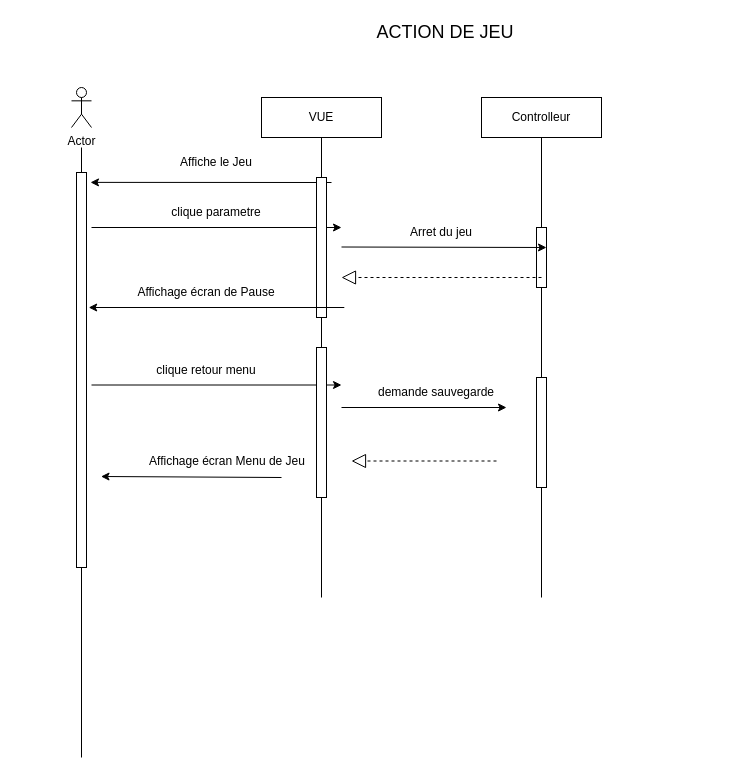
This is page "Page-3" (3 of 3) of DiagrammeSequence.drawio from BMaurice56/Tamagotchi, a draw.io file, before an edit. Source tidied: cells renumbered, new cells numbered last; positions are measured from the earlier drawing's top-left corner, leaving out a move shared by most shapes. Both pictures are drawn from the tidied source at 100%, with x=0, y=0 at pixel (71, 17).
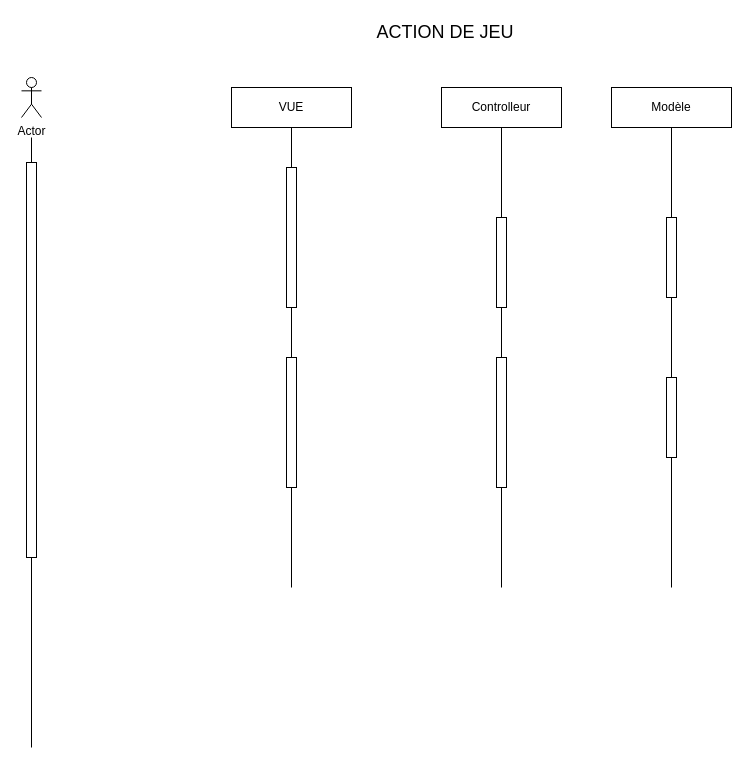
The same page after the edit.

Diff of the diagram source:
```diff
@@
+    <mxCell id="24" value="ACTION DE JEU" style="text;html=1;strokeColor=none;fillColor=none;align=center;verticalAlign=middle;whiteSpace=wrap;rounded=0;fontSize=18;" parent="1" vertex="1">
+      <mxGeometry x="299" width="150" height="30" as="geometry" />
+    </mxCell>
     <mxCell id="2" value="Actor" style="shape=umlActor;verticalLabelPosition=bottom;verticalAlign=top;html=1;" parent="1" vertex="1">
-      <mxGeometry y="70" width="20" height="40" as="geometry" />
+      <mxGeometry x="-50" y="60" width="20" height="40" as="geometry" />
     </mxCell>
-    <mxCell id="3" style="endArrow=none;html=1;rounded=0;" parent="1" edge="1">
-      <mxGeometry relative="1" as="geometry">
-        <mxPoint x="10" y="740" as="sourcePoint" />
-        <mxPoint x="10" y="130" as="targetPoint" />
-      </mxGeometry>
-    </mxCell>
-    <mxCell id="4" style="endArrow=none;html=1;rounded=0;" parent="1" edge="1" source="11">
-      <mxGeometry relative="1" as="geometry">
-        <mxPoint x="250" y="120" as="targetPoint" />
-      </mxGeometry>
-    </mxCell>
+    <mxCell id="36" style="endArrow=none;html=1;rounded=0;" parent="1" edge="1">
+      <mxGeometry relative="1" as="geometry">
+        <mxPoint x="-40" y="730" as="sourcePoint" />
+        <mxPoint x="-40" y="120" as="targetPoint" />
+      </mxGeometry>
+    </mxCell>
+    <mxCell id="37" style="endArrow=none;html=1;rounded=0;" parent="1" edge="1" source="39">
+      <mxGeometry relative="1" as="geometry">
+        <mxPoint x="220" y="110" as="targetPoint" />
+      </mxGeometry>
+    </mxCell>
     <mxCell id="5" value="VUE" style="rounded=0;whiteSpace=wrap;html=1;" parent="1" vertex="1">
-      <mxGeometry x="190" y="80" width="120" height="40" as="geometry" />
+      <mxGeometry x="160" y="70" width="120" height="40" as="geometry" />
     </mxCell>
-    <mxCell id="6" style="endArrow=classic;html=1;rounded=0;" parent="1" edge="1">
-      <mxGeometry relative="1" as="geometry">
-        <mxPoint x="20" y="210" as="sourcePoint" />
-        <mxPoint x="270" y="210" as="targetPoint" />
-      </mxGeometry>
-    </mxCell>
-    <mxCell id="7" style="endArrow=classic;html=1;rounded=0;entryX=1.4;entryY=0.025;entryDx=0;entryDy=0;entryPerimeter=0;" parent="1" edge="1" target="13">
-      <mxGeometry relative="1" as="geometry">
-        <mxPoint x="260" y="165" as="sourcePoint" />
-      </mxGeometry>
-    </mxCell>
-    <mxCell id="8" value="Affiche le Jeu" style="text;html=1;strokeColor=none;fillColor=none;align=center;verticalAlign=middle;whiteSpace=wrap;rounded=0;" parent="1" vertex="1">
-      <mxGeometry x="70" y="130" width="150" height="30" as="geometry" />
-    </mxCell>
-    <mxCell id="9" value="clique parametre" style="text;html=1;strokeColor=none;fillColor=none;align=center;verticalAlign=middle;whiteSpace=wrap;rounded=0;" parent="1" vertex="1">
-      <mxGeometry x="70" y="180" width="150" height="30" as="geometry" />
-    </mxCell>
-    <mxCell id="10" style="endArrow=none;html=1;rounded=0;" parent="1" edge="1" source="28" target="11">
-      <mxGeometry relative="1" as="geometry" />
-    </mxCell>
-    <mxCell id="11" style="rounded=0;whiteSpace=wrap;html=1;" parent="1" vertex="1">
-      <mxGeometry x="245" y="160" width="10" height="140" as="geometry" />
-    </mxCell>
-    <mxCell id="12" style="endArrow=classic;html=1;rounded=0;" parent="1" edge="1" target="13">
-      <mxGeometry relative="1" as="geometry">
-        <mxPoint x="10" y="219.5" as="sourcePoint" />
-      </mxGeometry>
-    </mxCell>
-    <mxCell id="13" style="rounded=0;whiteSpace=wrap;html=1;" parent="1" vertex="1">
-      <mxGeometry x="5" y="155" width="10" height="395" as="geometry" />
-    </mxCell>
-    <mxCell id="14" style="endArrow=none;html=1;rounded=0;" parent="1" edge="1" source="16">
-      <mxGeometry relative="1" as="geometry">
-        <mxPoint x="470" y="120" as="targetPoint" />
-      </mxGeometry>
-    </mxCell>
-    <mxCell id="15" style="endArrow=none;html=1;rounded=0;" parent="1" edge="1" source="30" target="16">
-      <mxGeometry relative="1" as="geometry" />
-    </mxCell>
-    <mxCell id="16" style="rounded=0;whiteSpace=wrap;html=1;" parent="1" vertex="1">
-      <mxGeometry x="465" y="210" width="10" height="60" as="geometry" />
-    </mxCell>
-    <mxCell id="17" style="edgeStyle=orthogonalEdgeStyle;rounded=0;orthogonalLoop=1;jettySize=auto;html=1;exitX=0.5;exitY=1;exitDx=0;exitDy=0;" parent="1" edge="1" source="11" target="11">
-      <mxGeometry relative="1" as="geometry" />
-    </mxCell>
-    <mxCell id="18" style="endArrow=classic;html=1;rounded=0;" parent="1" edge="1">
-      <mxGeometry relative="1" as="geometry">
-        <mxPoint x="270" y="229.5" as="sourcePoint" />
-        <mxPoint x="475" y="230" as="targetPoint" />
-      </mxGeometry>
-    </mxCell>
-    <mxCell id="19" value="Arret du jeu" style="text;html=1;strokeColor=none;fillColor=none;align=center;verticalAlign=middle;whiteSpace=wrap;rounded=0;" parent="1" vertex="1">
-      <mxGeometry x="295" y="200" width="150" height="30" as="geometry" />
-    </mxCell>
-    <mxCell id="20" style="endArrow=block;dashed=1;endFill=0;endSize=12;html=1;rounded=0;" parent="1" edge="1">
-      <mxGeometry relative="1" as="geometry">
-        <mxPoint x="470" y="260" as="sourcePoint" />
-        <mxPoint x="270" y="260" as="targetPoint" />
-      </mxGeometry>
-    </mxCell>
-    <mxCell id="21" value="Affichage écran de Pause" style="text;html=1;strokeColor=none;fillColor=none;align=center;verticalAlign=middle;whiteSpace=wrap;rounded=0;" parent="1" vertex="1">
-      <mxGeometry x="60" y="260" width="150" height="30" as="geometry" />
-    </mxCell>
-    <mxCell id="22" style="endArrow=classic;html=1;rounded=0;" parent="1" edge="1">
-      <mxGeometry relative="1" as="geometry">
-        <mxPoint x="272.8" y="290" as="sourcePoint" />
-        <mxPoint x="17.2" y="290" as="targetPoint" />
-      </mxGeometry>
-    </mxCell>
+    <mxCell id="38" style="endArrow=none;html=1;rounded=0;" parent="1" edge="1" source="47" target="39">
+      <mxGeometry relative="1" as="geometry" />
+    </mxCell>
+    <mxCell id="39" style="rounded=0;whiteSpace=wrap;html=1;" parent="1" vertex="1">
+      <mxGeometry x="215" y="150" width="10" height="140" as="geometry" />
+    </mxCell>
+    <mxCell id="40" style="endArrow=classic;html=1;rounded=0;" parent="1" edge="1" target="41">
+      <mxGeometry relative="1" as="geometry">
+        <mxPoint x="-40" y="209.5" as="sourcePoint" />
+      </mxGeometry>
+    </mxCell>
+    <mxCell id="41" style="rounded=0;whiteSpace=wrap;html=1;" parent="1" vertex="1">
+      <mxGeometry x="-45" y="145" width="10" height="395" as="geometry" />
+    </mxCell>
+    <mxCell id="42" style="endArrow=none;html=1;rounded=0;" parent="1" edge="1" source="44">
+      <mxGeometry relative="1" as="geometry">
+        <mxPoint x="430" y="110" as="targetPoint" />
+      </mxGeometry>
+    </mxCell>
+    <mxCell id="43" style="endArrow=none;html=1;rounded=0;" parent="1" edge="1" source="49" target="44">
+      <mxGeometry relative="1" as="geometry" />
+    </mxCell>
+    <mxCell id="44" style="rounded=0;whiteSpace=wrap;html=1;" parent="1" vertex="1">
+      <mxGeometry x="425" y="200" width="10" height="90" as="geometry" />
+    </mxCell>
+    <mxCell id="45" style="edgeStyle=orthogonalEdgeStyle;rounded=0;orthogonalLoop=1;jettySize=auto;html=1;exitX=0.5;exitY=1;exitDx=0;exitDy=0;" parent="1" edge="1" source="39" target="39">
+      <mxGeometry relative="1" as="geometry" />
+    </mxCell>
     <mxCell id="23" value="Controlleur" style="rounded=0;whiteSpace=wrap;html=1;" parent="1" vertex="1">
-      <mxGeometry x="410" y="80" width="120" height="40" as="geometry" />
+      <mxGeometry x="370" y="70" width="120" height="40" as="geometry" />
     </mxCell>
-    <mxCell id="24" value="ACTION DE JEU" style="text;html=1;strokeColor=none;fillColor=none;align=center;verticalAlign=middle;whiteSpace=wrap;rounded=0;fontSize=18;" parent="1" vertex="1">
-      <mxGeometry x="299" width="150" height="30" as="geometry" />
-    </mxCell>
-    <mxCell id="25" style="endArrow=classic;html=1;rounded=0;" parent="1" edge="1">
-      <mxGeometry relative="1" as="geometry">
-        <mxPoint x="20" y="367.5" as="sourcePoint" />
-        <mxPoint x="270" y="367.5" as="targetPoint" />
-      </mxGeometry>
-    </mxCell>
-    <mxCell id="26" value="clique retour menu" style="text;html=1;strokeColor=none;fillColor=none;align=center;verticalAlign=middle;whiteSpace=wrap;rounded=0;" parent="1" vertex="1">
-      <mxGeometry x="60" y="337.5" width="150" height="30" as="geometry" />
-    </mxCell>
-    <mxCell id="27" style="endArrow=none;html=1;rounded=0;" parent="1" edge="1" target="28">
-      <mxGeometry relative="1" as="geometry">
-        <mxPoint x="250" y="580" as="sourcePoint" />
-      </mxGeometry>
-    </mxCell>
-    <mxCell id="28" style="rounded=0;whiteSpace=wrap;html=1;" parent="1" vertex="1">
-      <mxGeometry x="245" y="330" width="10" height="150" as="geometry" />
-    </mxCell>
-    <mxCell id="29" style="endArrow=none;html=1;rounded=0;" parent="1" edge="1" target="30">
-      <mxGeometry relative="1" as="geometry">
-        <mxPoint x="470" y="580" as="sourcePoint" />
-      </mxGeometry>
-    </mxCell>
-    <mxCell id="30" style="rounded=0;whiteSpace=wrap;html=1;" parent="1" vertex="1">
-      <mxGeometry x="465" y="360" width="10" height="110" as="geometry" />
-    </mxCell>
-    <mxCell id="31" style="endArrow=classic;html=1;rounded=0;" parent="1" edge="1">
-      <mxGeometry relative="1" as="geometry">
-        <mxPoint x="270" y="390" as="sourcePoint" />
-        <mxPoint x="435" y="390" as="targetPoint" />
-      </mxGeometry>
-    </mxCell>
-    <mxCell id="32" value="demande sauvegarde" style="text;html=1;strokeColor=none;fillColor=none;align=center;verticalAlign=middle;whiteSpace=wrap;rounded=0;" parent="1" vertex="1">
-      <mxGeometry x="290" y="360" width="150" height="30" as="geometry" />
-    </mxCell>
-    <mxCell id="33" style="endArrow=block;dashed=1;endFill=0;endSize=12;html=1;rounded=0;" parent="1" edge="1">
-      <mxGeometry relative="1" as="geometry">
-        <mxPoint x="425" y="443.5" as="sourcePoint" />
-        <mxPoint x="280" y="443.5" as="targetPoint" />
-      </mxGeometry>
-    </mxCell>
-    <mxCell id="34" value="Affichage écran Menu de Jeu" style="text;html=1;strokeColor=none;fillColor=none;align=center;verticalAlign=middle;whiteSpace=wrap;rounded=0;" parent="1" vertex="1">
-      <mxGeometry x="72.2" y="429" width="167.8" height="30" as="geometry" />
-    </mxCell>
-    <mxCell id="35" style="endArrow=classic;html=1;rounded=0;" parent="1" edge="1">
-      <mxGeometry relative="1" as="geometry">
-        <mxPoint x="210" y="460" as="sourcePoint" />
-        <mxPoint x="29.5" y="459" as="targetPoint" />
-      </mxGeometry>
-    </mxCell>
+    <mxCell id="46" style="endArrow=none;html=1;rounded=0;" parent="1" edge="1" target="47">
+      <mxGeometry relative="1" as="geometry">
+        <mxPoint x="220" y="570" as="sourcePoint" />
+      </mxGeometry>
+    </mxCell>
+    <mxCell id="47" style="rounded=0;whiteSpace=wrap;html=1;" parent="1" vertex="1">
+      <mxGeometry x="215" y="340" width="10" height="130" as="geometry" />
+    </mxCell>
+    <mxCell id="48" style="endArrow=none;html=1;rounded=0;" parent="1" edge="1" target="49">
+      <mxGeometry relative="1" as="geometry">
+        <mxPoint x="430" y="570" as="sourcePoint" />
+      </mxGeometry>
+    </mxCell>
+    <mxCell id="49" style="rounded=0;whiteSpace=wrap;html=1;" parent="1" vertex="1">
+      <mxGeometry x="425" y="340" width="10" height="130" as="geometry" />
+    </mxCell>
+    <mxCell id="50" style="endArrow=none;html=1;rounded=0;" parent="1" edge="1" source="52">
+      <mxGeometry relative="1" as="geometry">
+        <mxPoint x="600" y="110" as="targetPoint" />
+      </mxGeometry>
+    </mxCell>
+    <mxCell id="51" style="endArrow=none;html=1;rounded=0;" parent="1" edge="1" source="55" target="52">
+      <mxGeometry relative="1" as="geometry" />
+    </mxCell>
+    <mxCell id="52" style="rounded=0;whiteSpace=wrap;html=1;" parent="1" vertex="1">
+      <mxGeometry x="595" y="200" width="10" height="80" as="geometry" />
+    </mxCell>
+    <mxCell id="53" value="Modèle" style="rounded=0;whiteSpace=wrap;html=1;" parent="1" vertex="1">
+      <mxGeometry x="540" y="70" width="120" height="40" as="geometry" />
+    </mxCell>
+    <mxCell id="54" style="endArrow=none;html=1;rounded=0;" parent="1" edge="1" target="55">
+      <mxGeometry relative="1" as="geometry">
+        <mxPoint x="600" y="570" as="sourcePoint" />
+      </mxGeometry>
+    </mxCell>
+    <mxCell id="55" style="rounded=0;whiteSpace=wrap;html=1;" parent="1" vertex="1">
+      <mxGeometry x="595" y="360" width="10" height="80" as="geometry" />
+    </mxCell>
```
